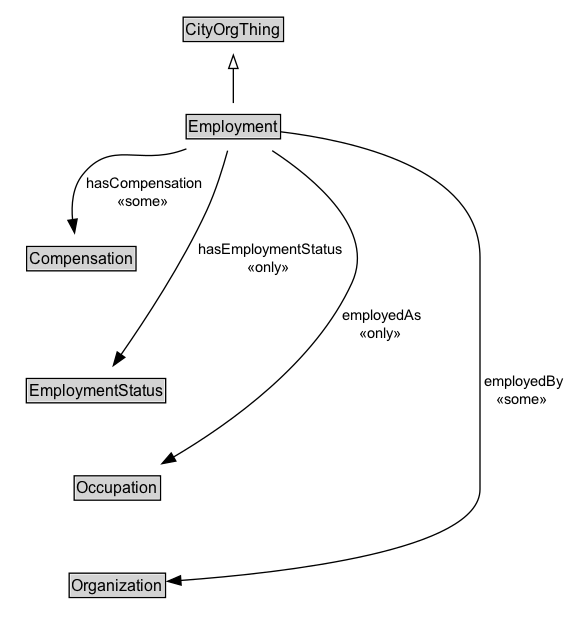
This is docs/diagrams/Employment.dot.png from ISO-TC204/ontology-cdm-p2-v1, a Graphviz export, as it was before one commit. Its source is kept beside it as docs/diagrams/Employment.dot.
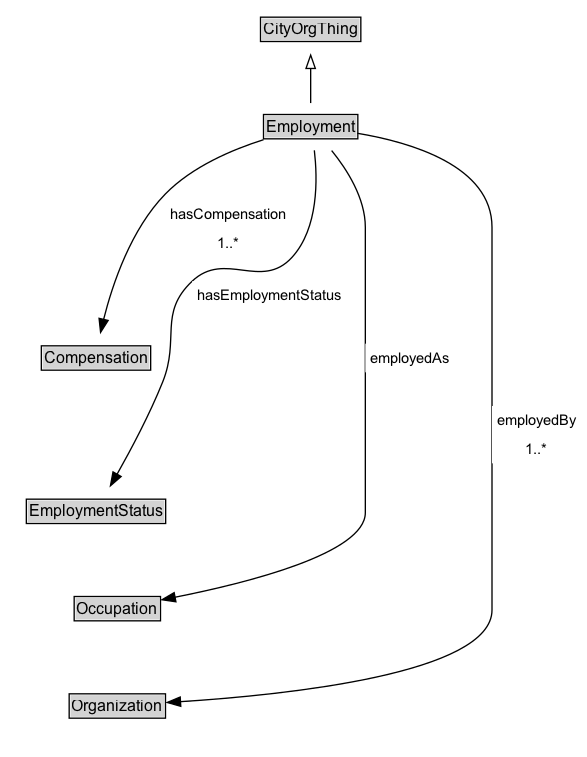
After the change.

The edit, as a diff of the source:
```diff
@@ -3,30 +3,33 @@
 	node [fontname=Arial fontsize=12 margin=0 shape=none]
 	edge [fontname=Arial fontsize=11]
 	{
+		rank=source
+		CityOrgThing [label=<<TABLE BORDER="1" CELLBORDER="0" CELLSPACING="0" CELLPADDING="1"><TR><TD BGCOLOR="lightgray" ALIGN="CENTER">CityOrgThing</TD></TR></TABLE>> URL="../CityOrgThing" margin=0]
+	}
+	Employment [label=<<TABLE BORDER="1" CELLBORDER="0" CELLSPACING="0" CELLPADDING="1"><TR><TD BGCOLOR="lightgray" ALIGN="CENTER">Employment</TD></TR></TABLE>> URL="../Employment" margin=0]
+	{
 		rank=max
-		Employment [label=<<TABLE BORDER="1" CELLBORDER="0" CELLSPACING="0" CELLPADDING="1"><TR><TD BGCOLOR="lightgray" ALIGN="CENTER" PORT="e">Employment</TD></TR></TABLE>> URL="../Employment.md" margin=0]
 	}
 	subgraph cluster_associated {
 		label="" style=invis
 		Invis [label=<<TABLE BORDER="0" CELLBORDER="0" CELLSPACING="0" CELLPADDING="1"><TR><TD></TD></TR></TABLE>> margin=0 style=invis]
-		Compensation [label=<<TABLE BORDER="1" CELLBORDER="0" CELLSPACING="0" CELLPADDING="1"><TR><TD BGCOLOR="lightgray" ALIGN="CENTER">Compensation</TD></TR></TABLE>> URL="../Compensation.md" margin=0]
-		EmploymentStatus [label=<<TABLE BORDER="1" CELLBORDER="0" CELLSPACING="0" CELLPADDING="1"><TR><TD BGCOLOR="lightgray" ALIGN="CENTER">EmploymentStatus</TD></TR></TABLE>> URL="../EmploymentStatus.md" margin=0]
-		Occupation [label=<<TABLE BORDER="1" CELLBORDER="0" CELLSPACING="0" CELLPADDING="1"><TR><TD BGCOLOR="lightgray" ALIGN="CENTER">Occupation</TD></TR></TABLE>> URL="../Occupation.md" margin=0]
-		Organization [label=<<TABLE BORDER="1" CELLBORDER="0" CELLSPACING="0" CELLPADDING="1"><TR><TD BGCOLOR="lightgray" ALIGN="CENTER">Organization</TD></TR></TABLE>> URL="../Organization.md" margin=0]
+		Compensation [label=<<TABLE BORDER="1" CELLBORDER="0" CELLSPACING="0" CELLPADDING="1"><TR><TD BGCOLOR="lightgray" ALIGN="CENTER">Compensation</TD></TR></TABLE>> URL="../Compensation" margin=0]
+		EmploymentStatus [label=<<TABLE BORDER="1" CELLBORDER="0" CELLSPACING="0" CELLPADDING="1"><TR><TD BGCOLOR="lightgray" ALIGN="CENTER">EmploymentStatus</TD></TR></TABLE>> URL="../EmploymentStatus" margin=0]
+		Occupation [label=<<TABLE BORDER="1" CELLBORDER="0" CELLSPACING="0" CELLPADDING="1"><TR><TD BGCOLOR="lightgray" ALIGN="CENTER">Occupation</TD></TR></TABLE>> URL="../Occupation" margin=0]
+		Organization [label=<<TABLE BORDER="1" CELLBORDER="0" CELLSPACING="0" CELLPADDING="1"><TR><TD BGCOLOR="lightgray" ALIGN="CENTER">Organization</TD></TR></TABLE>> URL="../Organization" margin=0]
 	}
-	CityOrgThing [label=<<TABLE BORDER="1" CELLBORDER="0" CELLSPACING="0" CELLPADDING="1"><TR><TD BGCOLOR="lightgray" ALIGN="CENTER">CityOrgThing</TD></TR></TABLE>> URL="../CityOrgThing.md" margin=0]
 	Employment -> CityOrgThing [arrowhead=onormal style=solid]
 	Employment -> Invis [style=invis]
 	Invis -> Compensation [style=invis]
 	Compensation -> EmploymentStatus [style=invis]
 	EmploymentStatus -> Occupation [style=invis]
 	Occupation -> Organization [style=invis]
-	Employment -> Organization [label=" employedBy
- «some»  " arrowhead=normal style=solid]
-	Employment -> Compensation [label=" hasCompensation
- «some»  " arrowhead=normal style=solid]
-	Employment -> Occupation [label=" employedAs
- «only»  " arrowhead=normal style=solid]
-	Employment -> EmploymentStatus [label=" hasEmploymentStatus
- «only»  " arrowhead=normal style=solid]
+	Compensation [label=<<TABLE BORDER="1" CELLBORDER="0" CELLSPACING="0" CELLPADDING="1"><TR><TD BGCOLOR="lightgray" ALIGN="CENTER">Compensation</TD></TR></TABLE>> URL="../Compensation" margin=0]
+	Employment -> Compensation [label=<<TABLE BORDER="0" CELLBORDER="0" CELLSPACING="0" CELLPADDING="4" BGCOLOR="white"><TR><TD ALIGN="CENTER">hasCompensation</TD></TR><TR><TD ALIGN="CENTER">1..*</TD></TR></TABLE>> arrowhead=normal style=solid]
+	Organization [label=<<TABLE BORDER="1" CELLBORDER="0" CELLSPACING="0" CELLPADDING="1"><TR><TD BGCOLOR="lightgray" ALIGN="CENTER">Organization</TD></TR></TABLE>> URL="../Organization" margin=0]
+	Employment -> Organization [label=<<TABLE BORDER="0" CELLBORDER="0" CELLSPACING="0" CELLPADDING="4" BGCOLOR="white"><TR><TD ALIGN="CENTER">employedBy</TD></TR><TR><TD ALIGN="CENTER">1..*</TD></TR></TABLE>> arrowhead=normal style=solid]
+	Occupation [label=<<TABLE BORDER="1" CELLBORDER="0" CELLSPACING="0" CELLPADDING="1"><TR><TD BGCOLOR="lightgray" ALIGN="CENTER">Occupation</TD></TR></TABLE>> URL="../Occupation" margin=0]
+	Employment -> Occupation [label=<<TABLE BORDER="0" CELLBORDER="0" CELLSPACING="0" CELLPADDING="4" BGCOLOR="white"><TR><TD ALIGN="CENTER">employedAs</TD></TR></TABLE>> arrowhead=normal style=solid]
+	EmploymentStatus [label=<<TABLE BORDER="1" CELLBORDER="0" CELLSPACING="0" CELLPADDING="1"><TR><TD BGCOLOR="lightgray" ALIGN="CENTER">EmploymentStatus</TD></TR></TABLE>> URL="../EmploymentStatus" margin=0]
+	Employment -> EmploymentStatus [label=<<TABLE BORDER="0" CELLBORDER="0" CELLSPACING="0" CELLPADDING="4" BGCOLOR="white"><TR><TD ALIGN="CENTER">hasEmploymentStatus</TD></TR></TABLE>> arrowhead=normal style=solid]
 }
```
